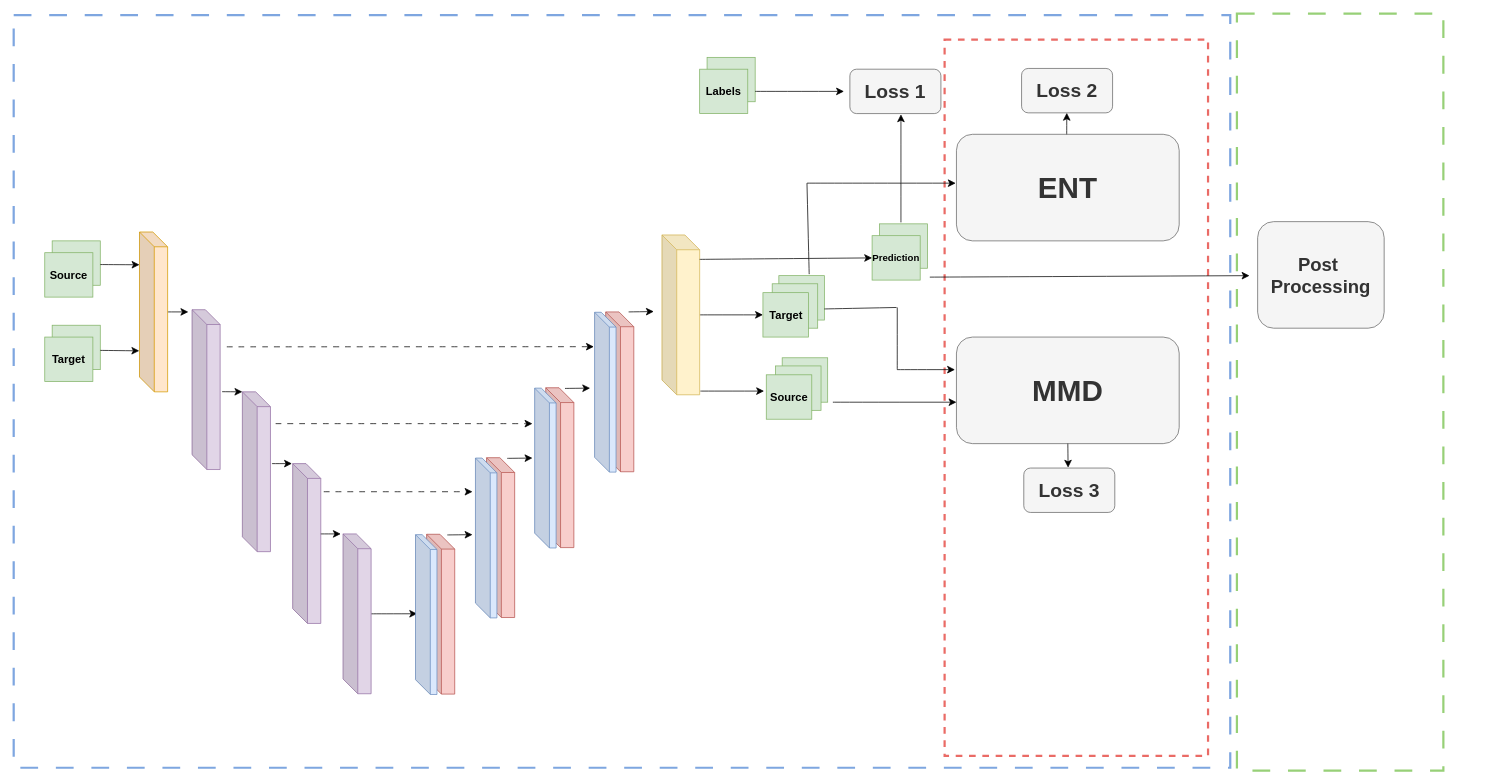
Earlier version of the draw.io diagram Spatina Net.drawio (Yingda-Yu/Spartina-Earth). Source tidied: cells renumbered, new cells numbered last; positions are measured from the earlier drawing's top-left corner, leaving out a move shared by most shapes. Both pictures are drawn from the tidied source at 74%, with x=0, y=0 at pixel (13, 13).
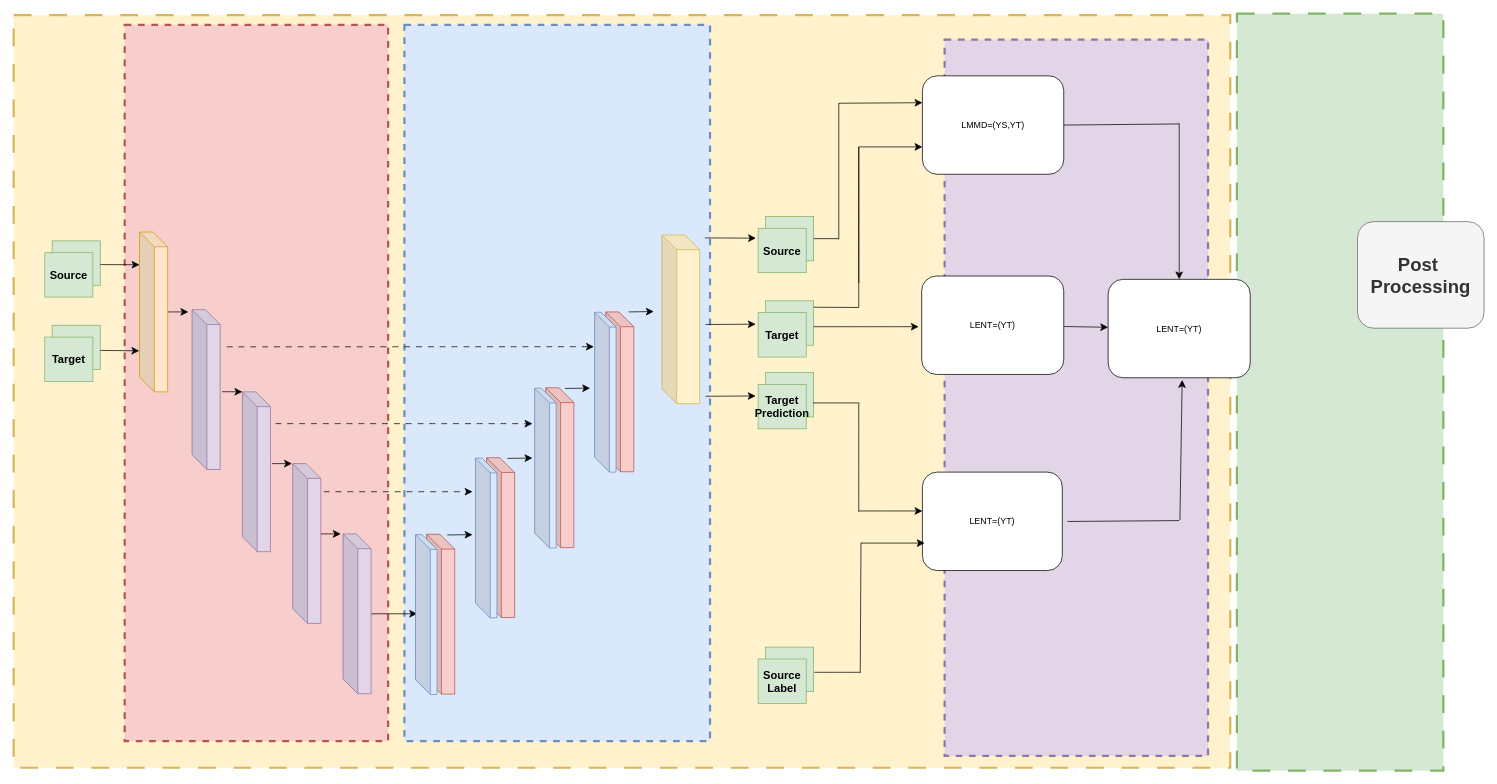
Above is the later version.

Diff of the diagram source:
```diff
@@
+    <mxCell id="3" style="verticalLabelPosition=bottom;verticalAlign=top;html=1;shape=mxgraph.basic.rect;fillColor2=none;strokeWidth=3;size=0;indent=5;dashed=1;dashPattern=8 8;strokeColor=#d6b656;fillColor=#fff2cc;" parent="1" vertex="1">
+      <mxGeometry y="2" width="1644" height="1017" as="geometry" />
+    </mxCell>
+    <mxCell id="67" style="verticalLabelPosition=bottom;verticalAlign=top;html=1;shape=mxgraph.basic.rect;fillColor2=none;strokeWidth=3;size=0;indent=5;dashed=1;strokeColor=#6c8ebf;fillColor=#dae8fc;" parent="1" vertex="1">
+      <mxGeometry x="528" y="15" width="413" height="968" as="geometry" />
+    </mxCell>
+    <mxCell id="68" style="verticalLabelPosition=bottom;verticalAlign=top;html=1;shape=mxgraph.basic.rect;fillColor2=none;strokeWidth=3;size=0;indent=5;dashed=1;strokeColor=#b85450;fillColor=#f8cecc;" parent="1" vertex="1">
+      <mxGeometry x="150" y="15" width="356" height="968" as="geometry" />
+    </mxCell>
-    <mxCell id="2" style="verticalLabelPosition=bottom;verticalAlign=top;html=1;shape=mxgraph.basic.rect;fillColor2=none;strokeWidth=3;size=0;indent=5;dashed=1;dashPattern=8 8;strokeColor=#97D077;" parent="1" vertex="1">
+    <mxCell id="2" style="verticalLabelPosition=bottom;verticalAlign=top;html=1;shape=mxgraph.basic.rect;fillColor2=none;strokeWidth=3;size=0;indent=5;dashed=1;dashPattern=8 8;strokeColor=#82b366;fillColor=#d5e8d4;" parent="1" vertex="1">
       <mxGeometry x="1653" width="279" height="1023" as="geometry" />
     </mxCell>
-    <mxCell id="3" style="verticalLabelPosition=bottom;verticalAlign=top;html=1;shape=mxgraph.basic.rect;fillColor2=none;strokeWidth=3;size=0;indent=5;dashed=1;dashPattern=8 8;strokeColor=#7EA6E0;" parent="1" vertex="1">
-      <mxGeometry y="2" width="1644" height="1017" as="geometry" />
-    </mxCell>
-    <mxCell id="4" style="verticalLabelPosition=bottom;verticalAlign=top;html=1;shape=mxgraph.basic.rect;fillColor2=none;strokeWidth=3;size=0;indent=5;dashed=1;strokeColor=#EA6B66;" parent="1" vertex="1">
+    <mxCell id="4" style="verticalLabelPosition=bottom;verticalAlign=top;html=1;shape=mxgraph.basic.rect;fillColor2=none;strokeWidth=3;size=0;indent=5;dashed=1;strokeColor=#9673a6;fillColor=#e1d5e7;" parent="1" vertex="1">
       <mxGeometry x="1258" y="35" width="356" height="968" as="geometry" />
     </mxCell>
-    <mxCell id="5" style="whiteSpace=wrap;html=1;fillColor=#d5e8d4;strokeColor=#82b366;" parent="1" vertex="1">
-      <mxGeometry x="1034" y="354" width="61.5" height="60" as="geometry" />
-    </mxCell>
@@
-    <mxCell id="23" style="edgeStyle=none;curved=1;rounded=0;jettySize=auto;html=1;fontSize=12;startSize=8;endSize=8;" parent="1" edge="1" source="24" target="26">
-      <mxGeometry relative="1" as="geometry" />
-    </mxCell>
     <mxCell id="24" style="shape=cube;whiteSpace=wrap;html=1;boundedLbl=1;backgroundOutline=1;darkOpacity=0.05;darkOpacity2=0.1;fillColor=#fff2cc;strokeColor=#d6b656;" parent="1" vertex="1">
-      <mxGeometry x="876" y="299" width="51" height="216" as="geometry" />
+      <mxGeometry x="876" y="299" width="51" height="228" as="geometry" />
     </mxCell>
-    <mxCell id="25" style="whiteSpace=wrap;html=1;fillColor=#d5e8d4;strokeColor=#82b366;" parent="1" vertex="1">
-      <mxGeometry x="1025" y="365" width="61.5" height="60" as="geometry" />
-    </mxCell>
-    <mxCell id="26" value="&lt;b style=&quot;font-size: 15px;&quot;&gt;Target&lt;/b&gt;" style="whiteSpace=wrap;html=1;fillColor=#d5e8d4;strokeColor=#82b366;" parent="1" vertex="1">
-      <mxGeometry x="1012.5" y="377" width="61.5" height="60" as="geometry" />
-    </mxCell>
-    <mxCell id="27" style="whiteSpace=wrap;html=1;fillColor=#d5e8d4;strokeColor=#82b366;" parent="1" vertex="1">
-      <mxGeometry x="1038.5" y="465" width="61.5" height="60" as="geometry" />
-    </mxCell>
-    <mxCell id="28" style="whiteSpace=wrap;html=1;fillColor=#d5e8d4;strokeColor=#82b366;" parent="1" vertex="1">
-      <mxGeometry x="1029.5" y="476" width="61.5" height="60" as="geometry" />
-    </mxCell>
-    <mxCell id="29" value="&lt;b style=&quot;font-size: 15px;&quot;&gt;Source&lt;/b&gt;" style="whiteSpace=wrap;html=1;fillColor=#d5e8d4;strokeColor=#82b366;" parent="1" vertex="1">
-      <mxGeometry x="1017" y="488" width="61.5" height="60" as="geometry" />
-    </mxCell>
-    <mxCell id="30" style="edgeStyle=none;curved=1;rounded=0;orthogonalLoop=1;jettySize=auto;html=1;fontSize=12;startSize=8;endSize=8;" parent="1" edge="1">
-      <mxGeometry relative="1" as="geometry">
-        <mxPoint x="928" y="510" as="sourcePoint" />
-        <mxPoint x="1014" y="510" as="targetPoint" />
-      </mxGeometry>
-    </mxCell>
-    <mxCell id="31" value="&lt;b style=&quot;font-size: 40px;&quot;&gt;ENT&lt;/b&gt;" style="rounded=1;whiteSpace=wrap;html=1;fillColor=#f5f5f5;fontColor=#333333;strokeColor=#666666;" parent="1" vertex="1">
-      <mxGeometry x="1274" y="163" width="301" height="144" as="geometry" />
-    </mxCell>
-    <mxCell id="32" value="&lt;font style=&quot;font-size: 40px;&quot;&gt;&lt;b&gt;MMD&lt;/b&gt;&lt;/font&gt;" style="rounded=1;whiteSpace=wrap;html=1;fillColor=#f5f5f5;fontColor=#333333;strokeColor=#666666;" parent="1" vertex="1">
-      <mxGeometry x="1274" y="437" width="301" height="144" as="geometry" />
-    </mxCell>
     <mxCell id="33" value="&lt;font style=&quot;font-size: 25px;&quot;&gt;&lt;b&gt;Post&amp;nbsp;&lt;/b&gt;&lt;/font&gt;&lt;div&gt;&lt;font style=&quot;font-size: 25px;&quot;&gt;&lt;b&gt;Processing&lt;/b&gt;&lt;/font&gt;&lt;/div&gt;" style="rounded=1;whiteSpace=wrap;html=1;fillColor=#f5f5f5;fontColor=#333333;strokeColor=#666666;" parent="1" vertex="1">
-      <mxGeometry x="1681" y="281" width="171" height="144" as="geometry" />
+      <mxGeometry x="1816" y="281" width="171" height="144" as="geometry" />
     </mxCell>
@@
-    <mxCell id="37" style="rounded=0;whiteSpace=wrap;html=1;fillColor=#d5e8d4;strokeColor=#82b366;" parent="1" vertex="1">
-      <mxGeometry x="937" y="59" width="65" height="60" as="geometry" />
-    </mxCell>
-    <mxCell id="38" style="edgeStyle=none;curved=1;rounded=0;orthogonalLoop=1;jettySize=auto;html=1;fontSize=12;startSize=8;endSize=8;" parent="1" edge="1">
-      <mxGeometry relative="1" as="geometry">
-        <mxPoint x="1002" y="105" as="sourcePoint" />
-        <mxPoint x="1122" y="105" as="targetPoint" />
-      </mxGeometry>
-    </mxCell>
-    <mxCell id="39" value="&lt;b&gt;&lt;font style=&quot;font-size: 15px;&quot;&gt;Labels&lt;/font&gt;&lt;/b&gt;" style="rounded=0;whiteSpace=wrap;html=1;fillColor=#d5e8d4;strokeColor=#82b366;" parent="1" vertex="1">
-      <mxGeometry x="927" y="75" width="65" height="60" as="geometry" />
-    </mxCell>
-    <mxCell id="40" style="rounded=0;whiteSpace=wrap;html=1;fillColor=#d5e8d4;strokeColor=#82b366;" parent="1" vertex="1">
-      <mxGeometry x="1170" y="284" width="65" height="60" as="geometry" />
-    </mxCell>
-    <mxCell id="41" value="&lt;b&gt;&lt;font style=&quot;font-size: 13px;&quot;&gt;Prediction&lt;/font&gt;&lt;/b&gt;" style="rounded=0;whiteSpace=wrap;html=1;fillColor=#d5e8d4;strokeColor=#82b366;" parent="1" vertex="1">
-      <mxGeometry x="1160" y="300" width="65" height="60" as="geometry" />
-    </mxCell>
-    <mxCell id="42" style="endArrow=classic;html=1;rounded=0;fontSize=12;startSize=8;endSize=8;curved=1;" parent="1" edge="1">
-      <mxGeometry relative="1" as="geometry">
-        <mxPoint x="1072" y="229" as="sourcePoint" />
-        <mxPoint x="1273" y="229" as="targetPoint" />
-      </mxGeometry>
-    </mxCell>
-    <mxCell id="43" style="endArrow=none;html=1;rounded=0;fontSize=12;startSize=8;endSize=8;curved=1;" parent="1" edge="1">
-      <mxGeometry relative="1" as="geometry">
-        <mxPoint x="1075" y="352" as="sourcePoint" />
-        <mxPoint x="1072" y="229" as="targetPoint" />
-      </mxGeometry>
-    </mxCell>
-    <mxCell id="44" style="endArrow=classic;html=1;rounded=0;fontSize=12;startSize=8;endSize=8;curved=1;" parent="1" edge="1">
-      <mxGeometry relative="1" as="geometry">
-        <mxPoint x="1194" y="481" as="sourcePoint" />
-        <mxPoint x="1272" y="481" as="targetPoint" />
-      </mxGeometry>
-    </mxCell>
-    <mxCell id="45" style="endArrow=classic;html=1;rounded=0;fontSize=12;startSize=8;endSize=8;curved=1;" parent="1" edge="1">
-      <mxGeometry relative="1" as="geometry">
-        <mxPoint x="1107" y="525" as="sourcePoint" />
-        <mxPoint x="1274" y="525" as="targetPoint" />
-      </mxGeometry>
-    </mxCell>
-    <mxCell id="46" style="endArrow=none;html=1;rounded=0;fontSize=12;startSize=8;endSize=8;curved=1;exitX=1;exitY=0.75;exitDx=0;exitDy=0;" parent="1" edge="1" source="5">
-      <mxGeometry relative="1" as="geometry">
-        <mxPoint x="1193" y="397" as="targetPoint" />
-      </mxGeometry>
-    </mxCell>
-    <mxCell id="47" style="endArrow=none;html=1;rounded=0;fontSize=12;startSize=8;endSize=8;curved=1;" parent="1" edge="1">
-      <mxGeometry relative="1" as="geometry">
-        <mxPoint x="1194" y="481" as="sourcePoint" />
-        <mxPoint x="1194" y="397" as="targetPoint" />
-      </mxGeometry>
-    </mxCell>
-    <mxCell id="48" style="edgeStyle=none;curved=1;rounded=0;jettySize=auto;html=1;fontSize=12;startSize=8;endSize=8;entryX=0;entryY=0.5;entryDx=0;entryDy=0;" parent="1" edge="1" target="41">
-      <mxGeometry relative="1" as="geometry">
-        <mxPoint x="927" y="332" as="sourcePoint" />
-      </mxGeometry>
-    </mxCell>
-    <mxCell id="49" value="&lt;font style=&quot;font-size: 26px;&quot;&gt;&lt;b&gt;Loss 1&lt;/b&gt;&lt;/font&gt;" style="rounded=1;whiteSpace=wrap;html=1;fillColor=#f5f5f5;fontColor=#333333;strokeColor=#666666;" parent="1" vertex="1">
-      <mxGeometry x="1130" y="75" width="123" height="60" as="geometry" />
-    </mxCell>
-    <mxCell id="50" style="endArrow=classic;html=1;rounded=0;fontSize=12;startSize=8;endSize=8;curved=1;" parent="1" edge="1">
-      <mxGeometry relative="1" as="geometry">
-        <mxPoint x="1199" y="282" as="sourcePoint" />
-        <mxPoint x="1199" y="136" as="targetPoint" />
-      </mxGeometry>
-    </mxCell>
-    <mxCell id="51" style="edgeStyle=none;curved=1;rounded=0;orthogonalLoop=1;jettySize=auto;html=1;fontSize=12;startSize=8;endSize=8;" parent="1" edge="1">
-      <mxGeometry relative="1" as="geometry">
-        <mxPoint x="1238" y="356" as="sourcePoint" />
-        <mxPoint x="1670" y="354" as="targetPoint" />
-      </mxGeometry>
-    </mxCell>
@@
-    <mxCell id="54" value="&lt;span style=&quot;font-size: 26px;&quot;&gt;&lt;b&gt;Loss 2&lt;/b&gt;&lt;/span&gt;" style="rounded=1;whiteSpace=wrap;html=1;fillColor=#f5f5f5;fontColor=#333333;strokeColor=#666666;" parent="1" vertex="1">
-      <mxGeometry x="1362" y="74" width="123" height="60" as="geometry" />
-    </mxCell>
-    <mxCell id="55" value="&lt;span style=&quot;font-size: 26px;&quot;&gt;&lt;b&gt;Loss 3&lt;/b&gt;&lt;/span&gt;" style="rounded=1;whiteSpace=wrap;html=1;fillColor=#f5f5f5;fontColor=#333333;strokeColor=#666666;" parent="1" vertex="1">
-      <mxGeometry x="1365" y="614" width="123" height="60" as="geometry" />
-    </mxCell>
-    <mxCell id="56" style="endArrow=classic;html=1;rounded=0;fontSize=12;startSize=8;endSize=8;curved=1;" parent="1" edge="1">
-      <mxGeometry relative="1" as="geometry">
-        <mxPoint x="1423" y="163" as="sourcePoint" />
-        <mxPoint x="1423.1" y="134" as="targetPoint" />
-      </mxGeometry>
-    </mxCell>
-    <mxCell id="57" style="endArrow=classic;html=1;rounded=0;fontSize=12;startSize=8;endSize=8;curved=1;exitX=0.5;exitY=1;exitDx=0;exitDy=0;entryX=0.487;entryY=-0.009;entryDx=0;entryDy=0;entryPerimeter=0;" parent="1" edge="1" source="32" target="55">
-      <mxGeometry relative="1" as="geometry" />
-    </mxCell>
@@
+    <mxCell id="69" style="edgeStyle=none;curved=1;rounded=0;orthogonalLoop=1;jettySize=auto;html=1;fontSize=12;startSize=8;endSize=8;entryX=-0.001;entryY=0.196;entryDx=0;entryDy=0;entryPerimeter=0;" parent="1" edge="1">
+      <mxGeometry relative="1" as="geometry">
+        <mxPoint x="1115" y="121" as="sourcePoint" />
+        <mxPoint x="1228" y="120.3" as="targetPoint" />
+      </mxGeometry>
+    </mxCell>
+    <mxCell id="70" style="rounded=0;whiteSpace=wrap;html=1;fillColor=#d5e8d4;strokeColor=#82b366;" parent="1" vertex="1">
+      <mxGeometry x="1016" y="388" width="65" height="60" as="geometry" />
+    </mxCell>
+    <mxCell id="26" value="&lt;font style=&quot;font-size: 15px;&quot;&gt;&lt;b style=&quot;&quot;&gt;Target&lt;/b&gt;&lt;/font&gt;" style="rounded=0;whiteSpace=wrap;html=1;fillColor=#d5e8d4;strokeColor=#82b366;" parent="1" vertex="1">
+      <mxGeometry x="1006" y="404" width="65" height="60" as="geometry" />
+    </mxCell>
+    <mxCell id="71" style="rounded=0;whiteSpace=wrap;html=1;fillColor=#d5e8d4;strokeColor=#82b366;" parent="1" vertex="1">
+      <mxGeometry x="1016" y="274" width="65" height="60" as="geometry" />
+    </mxCell>
+    <mxCell id="29" value="&lt;font style=&quot;font-size: 15px;&quot;&gt;&lt;b&gt;Source&lt;/b&gt;&lt;/font&gt;" style="rounded=0;whiteSpace=wrap;html=1;fillColor=#d5e8d4;strokeColor=#82b366;" parent="1" vertex="1">
+      <mxGeometry x="1006" y="290" width="65" height="60" as="geometry" />
+    </mxCell>
+    <mxCell id="72" style="edgeStyle=none;curved=1;rounded=0;orthogonalLoop=1;jettySize=auto;html=1;fontSize=12;startSize=8;endSize=8;entryX=-0.008;entryY=0.753;entryDx=0;entryDy=0;entryPerimeter=0;" parent="1" edge="1">
+      <mxGeometry relative="1" as="geometry">
+        <mxPoint x="935" y="420" as="sourcePoint" />
+        <mxPoint x="1002.7" y="419.6" as="targetPoint" />
+      </mxGeometry>
+    </mxCell>
+    <mxCell id="73" style="edgeStyle=none;curved=1;rounded=0;orthogonalLoop=1;jettySize=auto;html=1;fontSize=12;startSize=8;endSize=8;entryX=-0.001;entryY=0.196;entryDx=0;entryDy=0;entryPerimeter=0;" parent="1" edge="1">
+      <mxGeometry relative="1" as="geometry">
+        <mxPoint x="934" y="303" as="sourcePoint" />
+        <mxPoint x="1003" y="303.3" as="targetPoint" />
+      </mxGeometry>
+    </mxCell>
+    <mxCell id="74" value="LMMD=(YS,YT)" style="rounded=1;whiteSpace=wrap;html=1;" parent="1" vertex="1">
+      <mxGeometry x="1228" y="84" width="191" height="133" as="geometry" />
+    </mxCell>
+    <mxCell id="75" style="endArrow=none;html=1;rounded=0;fontSize=12;startSize=8;endSize=8;curved=1;exitX=1;exitY=0.5;exitDx=0;exitDy=0;" parent="1" edge="1" source="71">
+      <mxGeometry relative="1" as="geometry">
+        <mxPoint x="1115" y="304" as="targetPoint" />
+      </mxGeometry>
+    </mxCell>
+    <mxCell id="76" style="endArrow=none;html=1;rounded=0;fontSize=12;startSize=8;endSize=8;curved=1;" parent="1" edge="1">
+      <mxGeometry relative="1" as="geometry">
+        <mxPoint x="1115" y="305" as="sourcePoint" />
+        <mxPoint x="1115" y="121" as="targetPoint" />
+      </mxGeometry>
+    </mxCell>
+    <mxCell id="77" style="edgeStyle=none;curved=1;rounded=0;orthogonalLoop=1;jettySize=auto;html=1;fontSize=12;startSize=8;endSize=8;entryX=-0.001;entryY=0.196;entryDx=0;entryDy=0;entryPerimeter=0;" parent="1" edge="1">
+      <mxGeometry relative="1" as="geometry">
+        <mxPoint x="1142" y="180" as="sourcePoint" />
+        <mxPoint x="1228" y="180" as="targetPoint" />
+      </mxGeometry>
+    </mxCell>
+    <mxCell id="78" style="endArrow=none;html=1;rounded=0;fontSize=12;startSize=8;endSize=8;curved=1;exitX=1;exitY=0.5;exitDx=0;exitDy=0;" parent="1" edge="1">
+      <mxGeometry relative="1" as="geometry">
+        <mxPoint x="1081" y="396.7" as="sourcePoint" />
+        <mxPoint x="1142" y="397" as="targetPoint" />
+      </mxGeometry>
+    </mxCell>
+    <mxCell id="79" style="endArrow=none;html=1;rounded=0;fontSize=12;startSize=8;endSize=8;curved=1;" parent="1" edge="1">
+      <mxGeometry relative="1" as="geometry">
+        <mxPoint x="1142" y="364" as="sourcePoint" />
+        <mxPoint x="1142" y="180" as="targetPoint" />
+      </mxGeometry>
+    </mxCell>
+    <mxCell id="80" style="endArrow=none;html=1;rounded=0;fontSize=12;startSize=8;endSize=8;curved=1;" parent="1" edge="1">
+      <mxGeometry relative="1" as="geometry">
+        <mxPoint x="1142" y="397" as="sourcePoint" />
+        <mxPoint x="1142" y="180" as="targetPoint" />
+      </mxGeometry>
+    </mxCell>
+    <mxCell id="81" style="edgeStyle=none;curved=1;rounded=0;orthogonalLoop=1;jettySize=auto;html=1;fontSize=12;startSize=8;endSize=8;" parent="1" edge="1">
+      <mxGeometry relative="1" as="geometry">
+        <mxPoint x="1081" y="423" as="sourcePoint" />
+        <mxPoint x="1223" y="423" as="targetPoint" />
+      </mxGeometry>
+    </mxCell>
+    <mxCell id="82" style="edgeStyle=none;curved=1;rounded=0;jettySize=auto;html=1;fontSize=12;startSize=8;endSize=8;" parent="1" edge="1" source="83" target="96">
+      <mxGeometry relative="1" as="geometry" />
+    </mxCell>
+    <mxCell id="83" value="LENT=(YT)" style="rounded=1;whiteSpace=wrap;html=1;" parent="1" vertex="1">
+      <mxGeometry x="1227" y="354.5" width="192" height="133" as="geometry" />
+    </mxCell>
+    <mxCell id="84" style="endArrow=none;html=1;rounded=0;fontSize=12;startSize=8;endSize=8;curved=1;" parent="1" edge="1">
+      <mxGeometry relative="1" as="geometry">
+        <mxPoint x="1142" y="673" as="sourcePoint" />
+        <mxPoint x="1142" y="527" as="targetPoint" />
+      </mxGeometry>
+    </mxCell>
+    <mxCell id="85" style="edgeStyle=none;curved=1;rounded=0;orthogonalLoop=1;jettySize=auto;html=1;fontSize=12;startSize=8;endSize=8;entryX=-0.001;entryY=0.196;entryDx=0;entryDy=0;entryPerimeter=0;" parent="1" edge="1">
+      <mxGeometry relative="1" as="geometry">
+        <mxPoint x="1142" y="672" as="sourcePoint" />
+        <mxPoint x="1228" y="672" as="targetPoint" />
+      </mxGeometry>
+    </mxCell>
+    <mxCell id="86" value="LENT=(YT)" style="rounded=1;whiteSpace=wrap;html=1;" parent="1" vertex="1">
+      <mxGeometry x="1228" y="619.5" width="189" height="133" as="geometry" />
+    </mxCell>
+    <mxCell id="87" style="rounded=0;whiteSpace=wrap;html=1;fillColor=#d5e8d4;strokeColor=#82b366;" parent="1" vertex="1">
+      <mxGeometry x="1016" y="856" width="65" height="60" as="geometry" />
+    </mxCell>
+    <mxCell id="88" value="&lt;font style=&quot;font-size: 15px;&quot;&gt;&lt;b&gt;Source&lt;/b&gt;&lt;/font&gt;&lt;div&gt;&lt;font style=&quot;font-size: 15px;&quot;&gt;&lt;b&gt;Label&lt;/b&gt;&lt;/font&gt;&lt;/div&gt;" style="rounded=0;whiteSpace=wrap;html=1;fillColor=#d5e8d4;strokeColor=#82b366;" parent="1" vertex="1">
+      <mxGeometry x="1006" y="872" width="65" height="60" as="geometry" />
+    </mxCell>
+    <mxCell id="89" style="edgeStyle=none;curved=1;rounded=0;orthogonalLoop=1;jettySize=auto;html=1;fontSize=12;startSize=8;endSize=8;entryX=-0.001;entryY=0.196;entryDx=0;entryDy=0;entryPerimeter=0;" parent="1" edge="1">
+      <mxGeometry relative="1" as="geometry">
+        <mxPoint x="1145" y="715.4" as="sourcePoint" />
+        <mxPoint x="1231" y="715.4" as="targetPoint" />
+      </mxGeometry>
+    </mxCell>
+    <mxCell id="90" style="endArrow=none;html=1;rounded=0;fontSize=12;startSize=8;endSize=8;curved=1;" parent="1" edge="1">
+      <mxGeometry relative="1" as="geometry">
+        <mxPoint x="1144" y="890" as="sourcePoint" />
+        <mxPoint x="1145" y="715" as="targetPoint" />
+      </mxGeometry>
+    </mxCell>
+    <mxCell id="91" style="endArrow=none;html=1;rounded=0;fontSize=12;startSize=8;endSize=8;curved=1;exitX=1;exitY=0.5;exitDx=0;exitDy=0;" parent="1" edge="1">
+      <mxGeometry relative="1" as="geometry">
+        <mxPoint x="1082" y="890" as="sourcePoint" />
+        <mxPoint x="1145" y="890" as="targetPoint" />
+      </mxGeometry>
+    </mxCell>
+    <mxCell id="92" style="rounded=0;whiteSpace=wrap;html=1;fillColor=#d5e8d4;strokeColor=#82b366;" parent="1" vertex="1">
+      <mxGeometry x="1016" y="485" width="65" height="60" as="geometry" />
+    </mxCell>
+    <mxCell id="93" value="&lt;div&gt;&lt;font style=&quot;font-size: 15px;&quot;&gt;&lt;b&gt;Target&lt;/b&gt;&lt;b style=&quot;&quot;&gt;&lt;/b&gt;&lt;/font&gt;&lt;/div&gt;&lt;font style=&quot;font-size: 15px;&quot;&gt;&lt;b style=&quot;&quot;&gt;Prediction&lt;/b&gt;&lt;/font&gt;" style="rounded=0;whiteSpace=wrap;html=1;fillColor=#d5e8d4;strokeColor=#82b366;" parent="1" vertex="1">
+      <mxGeometry x="1006" y="501" width="65" height="60" as="geometry" />
+    </mxCell>
+    <mxCell id="94" style="edgeStyle=none;curved=1;rounded=0;orthogonalLoop=1;jettySize=auto;html=1;fontSize=12;startSize=8;endSize=8;entryX=-0.008;entryY=0.753;entryDx=0;entryDy=0;entryPerimeter=0;" parent="1" edge="1">
+      <mxGeometry relative="1" as="geometry">
+        <mxPoint x="935" y="517" as="sourcePoint" />
+        <mxPoint x="1002.7" y="516.6" as="targetPoint" />
+      </mxGeometry>
+    </mxCell>
+    <mxCell id="95" style="endArrow=none;html=1;rounded=0;fontSize=12;startSize=8;endSize=8;curved=1;exitX=1;exitY=0.5;exitDx=0;exitDy=0;" parent="1" edge="1">
+      <mxGeometry relative="1" as="geometry">
+        <mxPoint x="1080" y="526" as="sourcePoint" />
+        <mxPoint x="1143" y="526" as="targetPoint" />
+      </mxGeometry>
+    </mxCell>
+    <mxCell id="96" value="LENT=(YT)" style="rounded=1;whiteSpace=wrap;html=1;" parent="1" vertex="1">
+      <mxGeometry x="1479" y="359" width="192" height="133" as="geometry" />
+    </mxCell>
+    <mxCell id="97" style="endArrow=classic;html=1;rounded=0;fontSize=12;startSize=8;endSize=8;curved=1;entryX=0.5;entryY=0;entryDx=0;entryDy=0;" parent="1" edge="1" target="96">
+      <mxGeometry relative="1" as="geometry">
+        <mxPoint x="1575" y="148" as="sourcePoint" />
+      </mxGeometry>
+    </mxCell>
+    <mxCell id="98" style="endArrow=none;html=1;rounded=0;fontSize=12;startSize=8;endSize=8;curved=1;exitX=1;exitY=0.5;exitDx=0;exitDy=0;" parent="1" edge="1" source="74">
+      <mxGeometry relative="1" as="geometry">
+        <mxPoint x="1575" y="149" as="targetPoint" />
+      </mxGeometry>
+    </mxCell>
+    <mxCell id="99" style="endArrow=none;html=1;rounded=0;fontSize=12;startSize=8;endSize=8;curved=1;exitX=1;exitY=0.5;exitDx=0;exitDy=0;" parent="1" edge="1">
+      <mxGeometry relative="1" as="geometry">
+        <mxPoint x="1424" y="686.2" as="sourcePoint" />
+        <mxPoint x="1575" y="685" as="targetPoint" />
+      </mxGeometry>
+    </mxCell>
+    <mxCell id="100" style="endArrow=none;html=1;rounded=0;fontSize=12;startSize=8;endSize=8;curved=1;startArrow=classic;startFill=1;" parent="1" edge="1">
+      <mxGeometry relative="1" as="geometry">
+        <mxPoint x="1579" y="495" as="sourcePoint" />
+        <mxPoint x="1576" y="684" as="targetPoint" />
+      </mxGeometry>
+    </mxCell>
```
